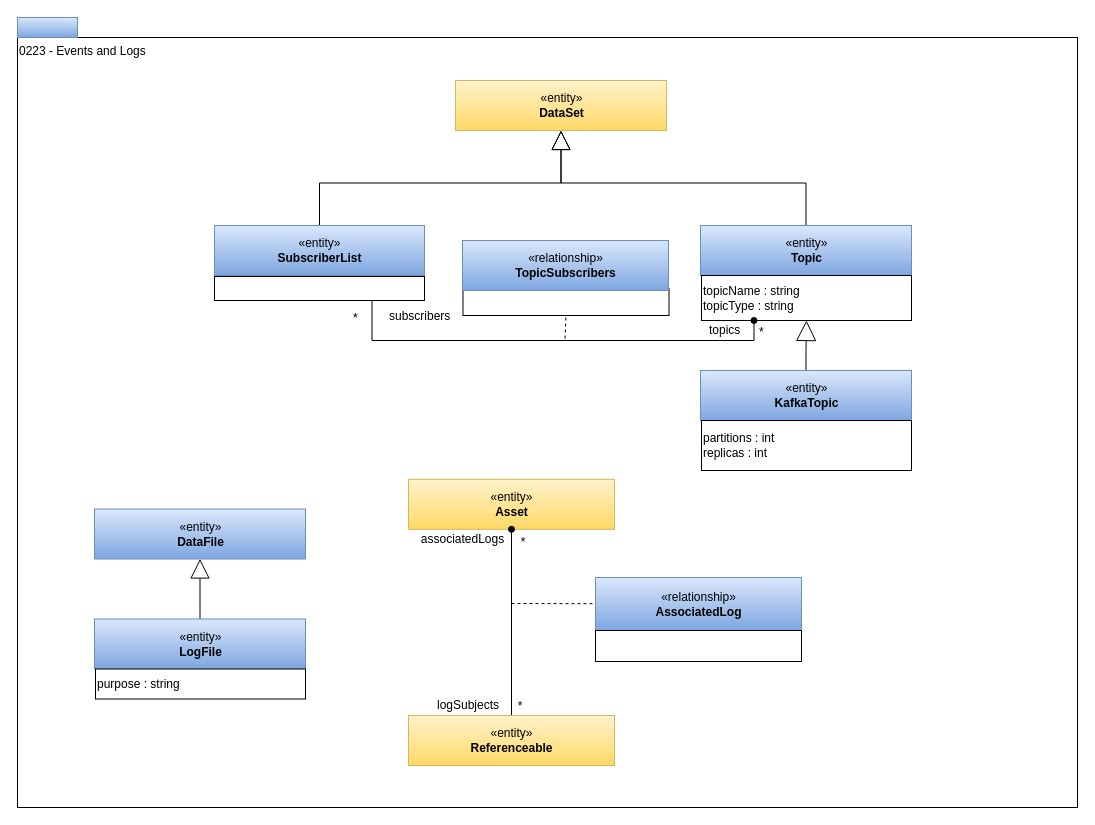
Before: page "0223-Events-and-Logs" (12 of 24) of site/docs/types/2/area-2-assets.drawio in odpi/egeria-docs, a draw.io diagram. Source tidied: cells renumbered, new cells numbered last; positions are measured from the earlier drawing's top-left corner, leaving out a move shared by most shapes. Both pictures are drawn from the tidied source at 100%, with x=0, y=0 at pixel (17, 17).
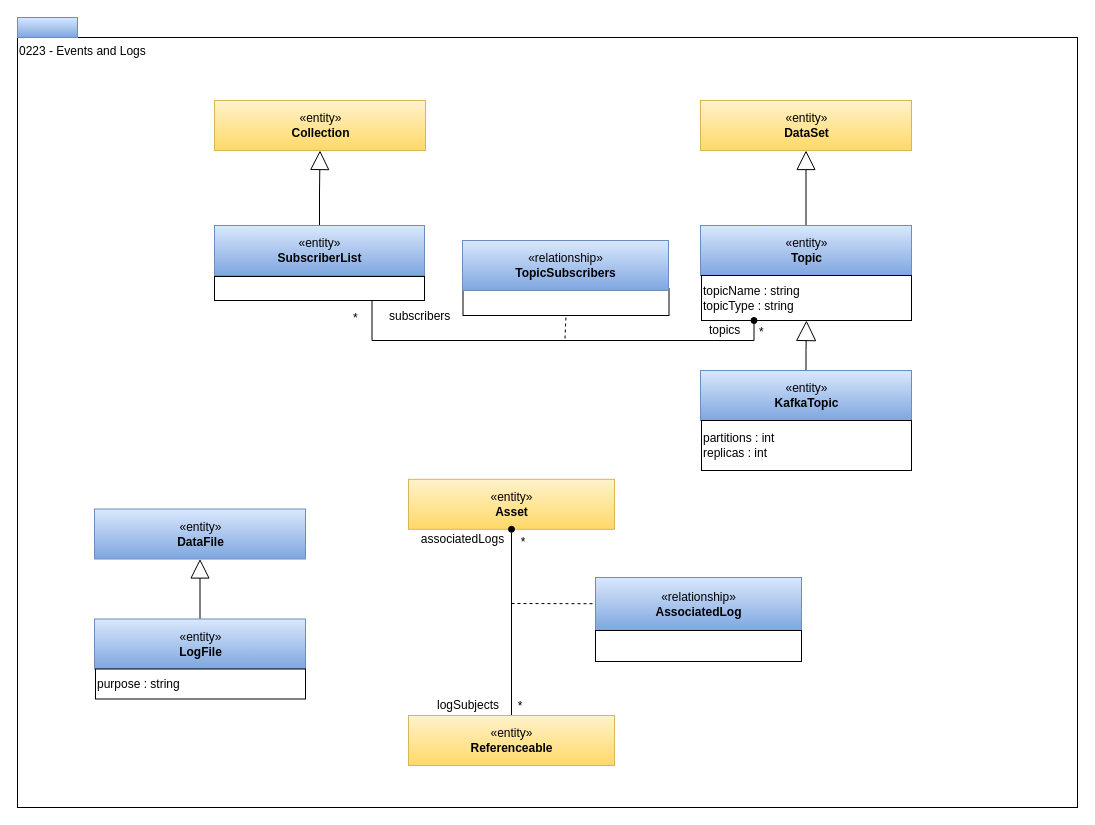
The same diagram, later.

The change refers to these unchanged cells:
```xml
<mxCell id="13" value="«entity»&lt;br&gt;&lt;b&gt;SubscriberList&lt;/b&gt;" style="html=1;strokeColor=#6c8ebf;align=center;fillColor=#dae8fc;gradientColor=#7ea6e0;" parent="1" vertex="1">
  <mxGeometry x="197" y="208" width="210" height="50" as="geometry" />
</mxCell>
```

What changed in the source:
```diff
@@
     <mxCell id="11" value="«entity»&lt;br&gt;&lt;b&gt;DataSet&lt;/b&gt;" style="html=1;strokeColor=#d6b656;align=center;fillColor=#fff2cc;gradientColor=#ffd966;" parent="1" vertex="1">
-      <mxGeometry x="438" y="63" width="211" height="50" as="geometry" />
+      <mxGeometry x="683" y="83" width="211" height="50" as="geometry" />
     </mxCell>
-    <mxCell id="12" style="edgeStyle=orthogonalEdgeStyle;rounded=0;jettySize=auto;html=1;exitX=0.5;exitY=0;exitDx=0;exitDy=0;endArrow=block;endFill=0;endSize=17;" parent="1" edge="1" source="13" target="11">
+    <mxCell id="12" style="edgeStyle=orthogonalEdgeStyle;rounded=0;jettySize=auto;html=1;exitX=0.5;exitY=0;exitDx=0;exitDy=0;endArrow=block;endFill=0;endSize=17;" parent="1" edge="1" source="13" target="36">
       <mxGeometry relative="1" as="geometry" />
     </mxCell>
@@
+    <mxCell id="36" value="«entity»&lt;br&gt;&lt;b&gt;Collection&lt;/b&gt;" style="html=1;strokeColor=#d6b656;align=center;fillColor=#fff2cc;gradientColor=#ffd966;" parent="1" vertex="1">
+      <mxGeometry x="197" y="83" width="211" height="50" as="geometry" />
+    </mxCell>
```
